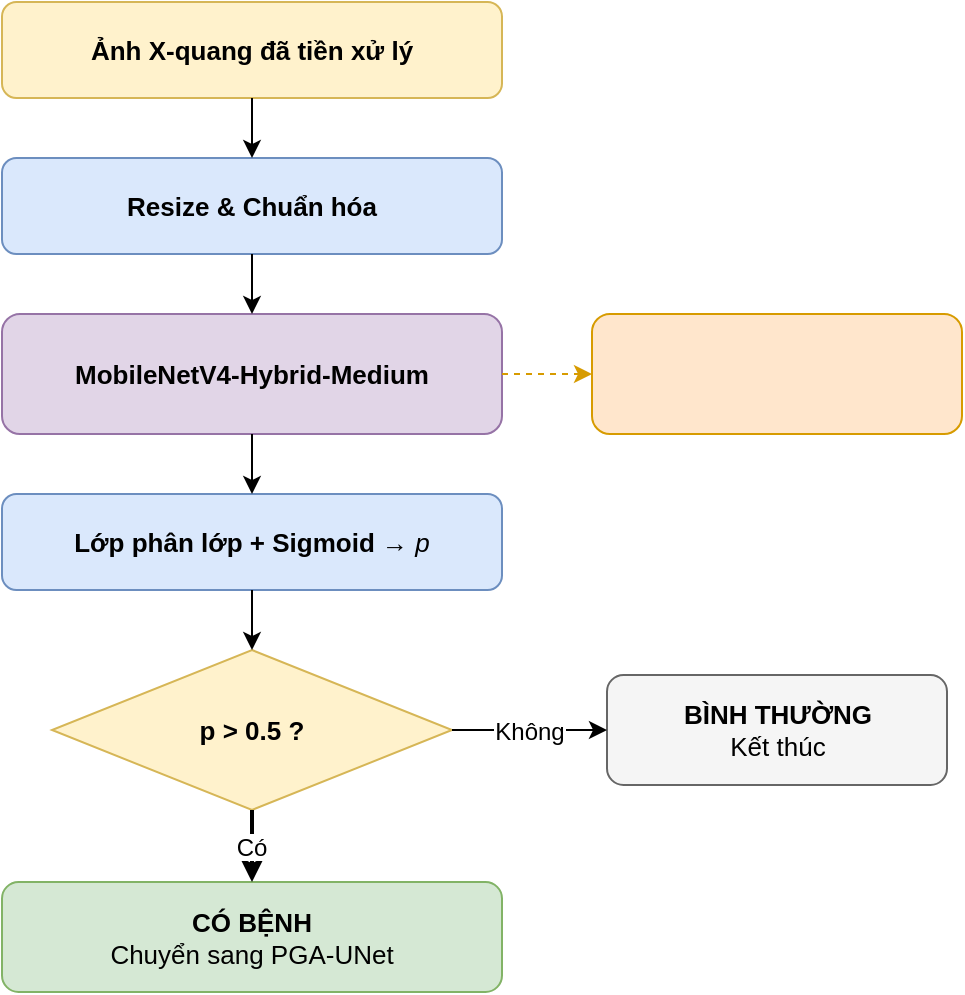
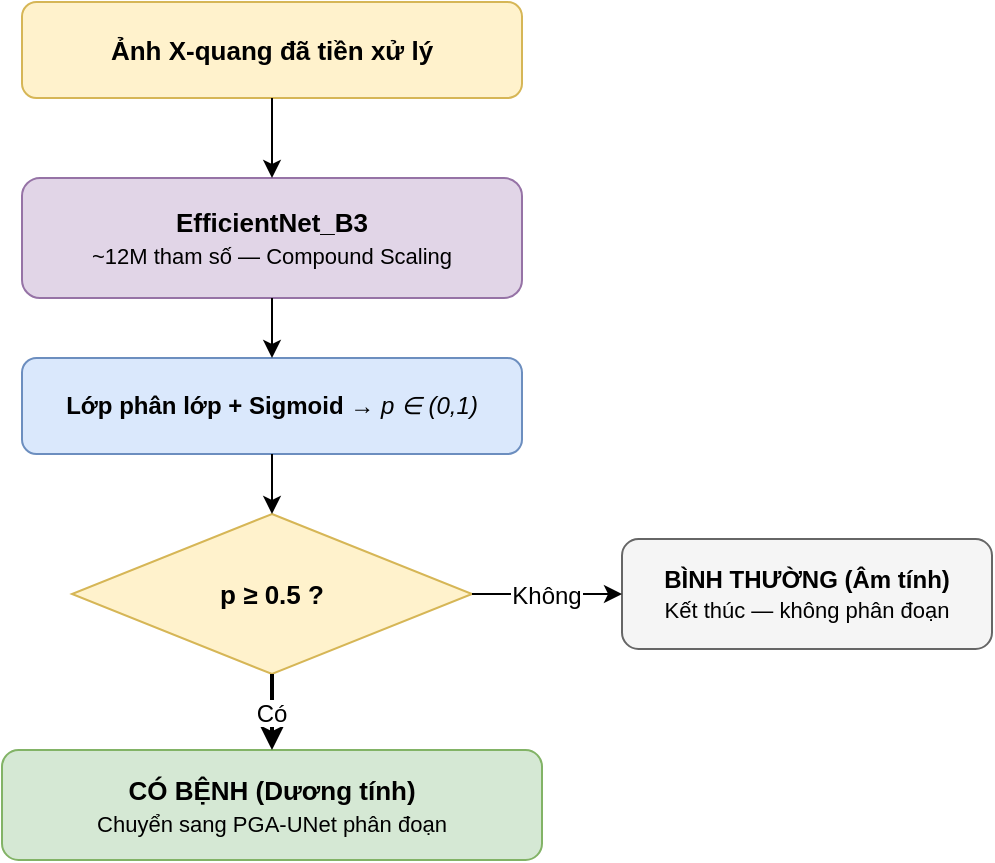
<mxfile host="65bd71144e">
    <diagram name="Classification Pipeline" id="classification_pipeline">
-         <mxGraphModel dx="962" dy="272" grid="1" gridSize="10" guides="1" tooltips="1" connect="1" arrows="1" fold="1" page="1" pageScale="1" pageWidth="800" pageHeight="720" math="0" shadow="0">
+         <mxGraphModel dx="962" dy="272" grid="1" gridSize="10" guides="1" tooltips="1" connect="1" arrows="1" fold="1" page="1" pageScale="1" pageWidth="800" pageHeight="600" math="0" shadow="0">
            <root>
                <mxCell id="0"/>
                <mxCell id="1" parent="0"/>
+ 
+                 <!-- Input -->
                <mxCell id="in" value="&lt;b&gt;Ảnh X-quang đã tiền xử lý&lt;/b&gt;" style="rounded=1;whiteSpace=wrap;html=1;fillColor=#fff2cc;strokeColor=#d6b656;fontSize=13;" parent="1" vertex="1">
-                     <mxGeometry x="275" y="20" width="250" height="48" as="geometry"/>
+                     <mxGeometry x="275" y="30" width="250" height="48" as="geometry"/>
                </mxCell>
-                 <mxCell id="pre" value="&lt;b&gt;Resize &amp; Chuẩn hóa&lt;/b&gt;" style="rounded=1;whiteSpace=wrap;html=1;fillColor=#dae8fc;strokeColor=#6c8ebf;fontSize=13;" parent="1" vertex="1">
-                     <mxGeometry x="275" y="98" width="250" height="48" as="geometry"/>
+ 
+                 <!-- Model -->
+                 <mxCell id="model" value="&lt;b&gt;EfficientNet_B3&lt;/b&gt;&lt;br&gt;&lt;font style=&quot;font-size:11px;&quot;&gt;~12M tham số — Compound Scaling&lt;/font&gt;" style="rounded=1;whiteSpace=wrap;html=1;fillColor=#e1d5e7;strokeColor=#9673a6;fontSize=13;" parent="1" vertex="1">
+                     <mxGeometry x="275" y="118" width="250" height="60" as="geometry"/>
                </mxCell>
-                 <mxCell id="model" value="&lt;b&gt;MobileNetV4-Hybrid-Medium&lt;/b&gt;" style="rounded=1;whiteSpace=wrap;html=1;fillColor=#e1d5e7;strokeColor=#9673a6;fontSize=13;" parent="1" vertex="1">
-                     <mxGeometry x="275" y="176" width="250" height="60" as="geometry"/>
+ 
+                 <!-- Head -->
+                 <mxCell id="head" value="&lt;b&gt;Lớp phân lớp + Sigmoid&lt;/b&gt; → &lt;i&gt;p ∈ (0,1)&lt;/i&gt;" style="rounded=1;whiteSpace=wrap;html=1;fillColor=#dae8fc;strokeColor=#6c8ebf;fontSize=12;" parent="1" vertex="1">
+                     <mxGeometry x="275" y="208" width="250" height="48" as="geometry"/>
                </mxCell>
-                 <mxCell id="head" value="&lt;b&gt;Lớp phân lớp + Sigmoid&lt;/b&gt; → &lt;i&gt;p&lt;/i&gt;" style="rounded=1;whiteSpace=wrap;html=1;fillColor=#dae8fc;strokeColor=#6c8ebf;fontSize=13;" parent="1" vertex="1">
-                     <mxGeometry x="275" y="266" width="250" height="48" as="geometry"/>
+ 
+                 <!-- Decision -->
+                 <mxCell id="dec" value="&lt;b&gt;p ≥ 0.5 ?&lt;/b&gt;" style="rhombus;whiteSpace=wrap;html=1;fillColor=#fff2cc;strokeColor=#d6b656;fontSize=13;" parent="1" vertex="1">
+                     <mxGeometry x="300" y="286" width="200" height="80" as="geometry"/>
                </mxCell>
-                 <mxCell id="dec" value="&lt;b&gt;p &gt; 0.5 ?&lt;/b&gt;" style="rhombus;whiteSpace=wrap;html=1;fillColor=#fff2cc;strokeColor=#d6b656;fontSize=13;" parent="1" vertex="1">
-                     <mxGeometry x="300" y="344" width="200" height="80" as="geometry"/>
+ 
+                 <!-- Yes — positive -->
+                 <mxCell id="yes" value="&lt;b&gt;CÓ BỆNH (Dương tính)&lt;/b&gt;&lt;br&gt;&lt;font style=&quot;font-size:11px;&quot;&gt;Chuyển sang PGA-UNet phân đoạn&lt;/font&gt;" style="rounded=1;whiteSpace=wrap;html=1;fillColor=#d5e8d4;strokeColor=#82b366;fontSize=13;" parent="1" vertex="1">
+                     <mxGeometry x="265" y="404" width="270" height="55" as="geometry"/>
                </mxCell>
-                 <mxCell id="yes" value="&lt;b&gt;CÓ BỆNH&lt;/b&gt;&lt;br&gt;Chuyển sang PGA-UNet" style="rounded=1;whiteSpace=wrap;html=1;fillColor=#d5e8d4;strokeColor=#82b366;fontSize=13;" parent="1" vertex="1">
-                     <mxGeometry x="275" y="460" width="250" height="55" as="geometry"/>
+ 
+                 <!-- No — negative -->
+                 <mxCell id="no" value="&lt;b&gt;BÌNH THƯỜNG (Âm tính)&lt;/b&gt;&lt;br&gt;&lt;font style=&quot;font-size:11px;&quot;&gt;Kết thúc — không phân đoạn&lt;/font&gt;" style="rounded=1;whiteSpace=wrap;html=1;fillColor=#f5f5f5;strokeColor=#666666;fontSize=12;" parent="1" vertex="1">
+                     <mxGeometry x="575" y="298.5" width="185" height="55" as="geometry"/>
                </mxCell>
-                 <mxCell id="no" value="&lt;b&gt;BÌNH THƯỜNG&lt;/b&gt;&lt;br&gt;Kết thúc" style="rounded=1;whiteSpace=wrap;html=1;fillColor=#f5f5f5;strokeColor=#666666;fontSize=13;" parent="1" vertex="1">
-                     <mxGeometry x="577.5" y="356.5" width="170" height="55" as="geometry"/>
-                 </mxCell>
-                 <mxCell id="ft" value="" style="rounded=1;whiteSpace=wrap;html=1;fillColor=#ffe6cc;strokeColor=#d79b00;fontSize=11;fontStyle=2;" parent="1" vertex="1">
-                     <mxGeometry x="570" y="176" width="185" height="60" as="geometry"/>
-                 </mxCell>
-                 <mxCell id="e_ft" value="" style="edgeStyle=orthogonalEdgeStyle;dashed=1;strokeColor=#d79b00;" parent="1" source="model" target="ft" edge="1">
+ 
+                 <!-- Arrows -->
+                 <mxCell id="e1" value="" style="edgeStyle=orthogonalEdgeStyle;" parent="1" source="in" target="model" edge="1">
                    <mxGeometry relative="1" as="geometry"/>
                </mxCell>
-                 <mxCell id="e1" value="" style="edgeStyle=orthogonalEdgeStyle;" parent="1" source="in" target="pre" edge="1">
+                 <mxCell id="e2" value="" style="edgeStyle=orthogonalEdgeStyle;" parent="1" source="model" target="head" edge="1">
                    <mxGeometry relative="1" as="geometry"/>
                </mxCell>
-                 <mxCell id="e2" value="" style="edgeStyle=orthogonalEdgeStyle;" parent="1" source="pre" target="model" edge="1">
+                 <mxCell id="e3" value="" style="edgeStyle=orthogonalEdgeStyle;" parent="1" source="head" target="dec" edge="1">
                    <mxGeometry relative="1" as="geometry"/>
                </mxCell>
-                 <mxCell id="e3" value="" style="edgeStyle=orthogonalEdgeStyle;" parent="1" source="model" target="head" edge="1">
+                 <mxCell id="e4" value="Có" style="edgeStyle=orthogonalEdgeStyle;strokeWidth=2;fontSize=12;" parent="1" source="dec" target="yes" edge="1">
                    <mxGeometry relative="1" as="geometry"/>
                </mxCell>
-                 <mxCell id="e4" value="" style="edgeStyle=orthogonalEdgeStyle;" parent="1" source="head" target="dec" edge="1">
-                     <mxGeometry relative="1" as="geometry"/>
-                 </mxCell>
-                 <mxCell id="e5" value="Có" style="edgeStyle=orthogonalEdgeStyle;strokeWidth=2;fontSize=12;" parent="1" source="dec" target="yes" edge="1">
-                     <mxGeometry relative="1" as="geometry"/>
-                 </mxCell>
-                 <mxCell id="e6" value="Không" style="edgeStyle=orthogonalEdgeStyle;fontSize=12;" parent="1" source="dec" target="no" edge="1">
+                 <mxCell id="e5" value="Không" style="edgeStyle=orthogonalEdgeStyle;fontSize=12;" parent="1" source="dec" target="no" edge="1">
                    <mxGeometry relative="1" as="geometry"/>
                </mxCell>
            </root>
        </mxGraphModel>
    </diagram>
- </mxfile>+ </mxfile>
